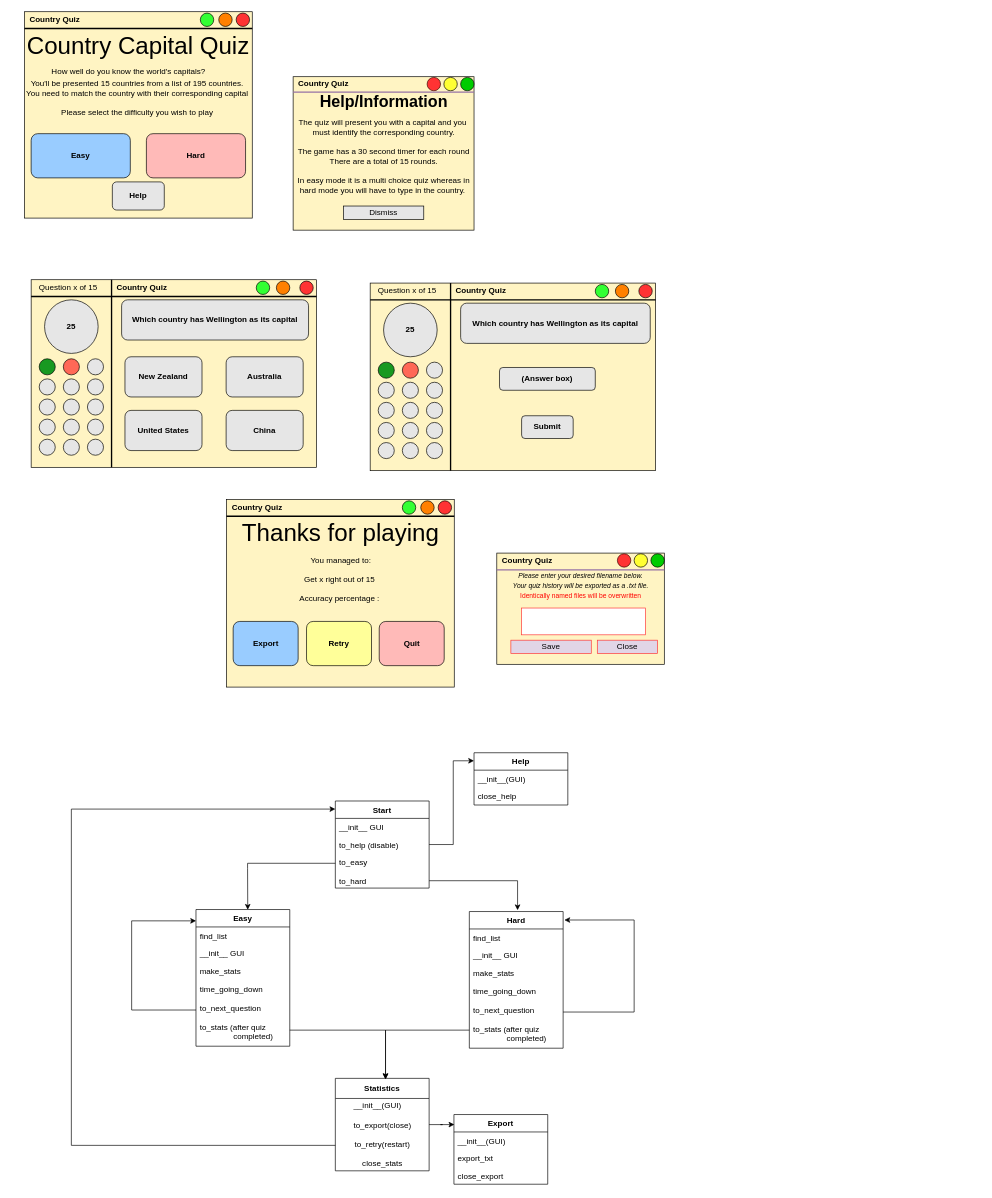
Before: Wireframe.drawio in Woojin-nz/91906_07_Assessment, a draw.io diagram. Source tidied: cells renumbered, new cells numbered last; positions are measured from the earlier drawing's top-left corner, leaving out a move shared by most shapes. Both pictures are drawn from the tidied source at 67%, with x=0, y=0 at pixel (11, 11).
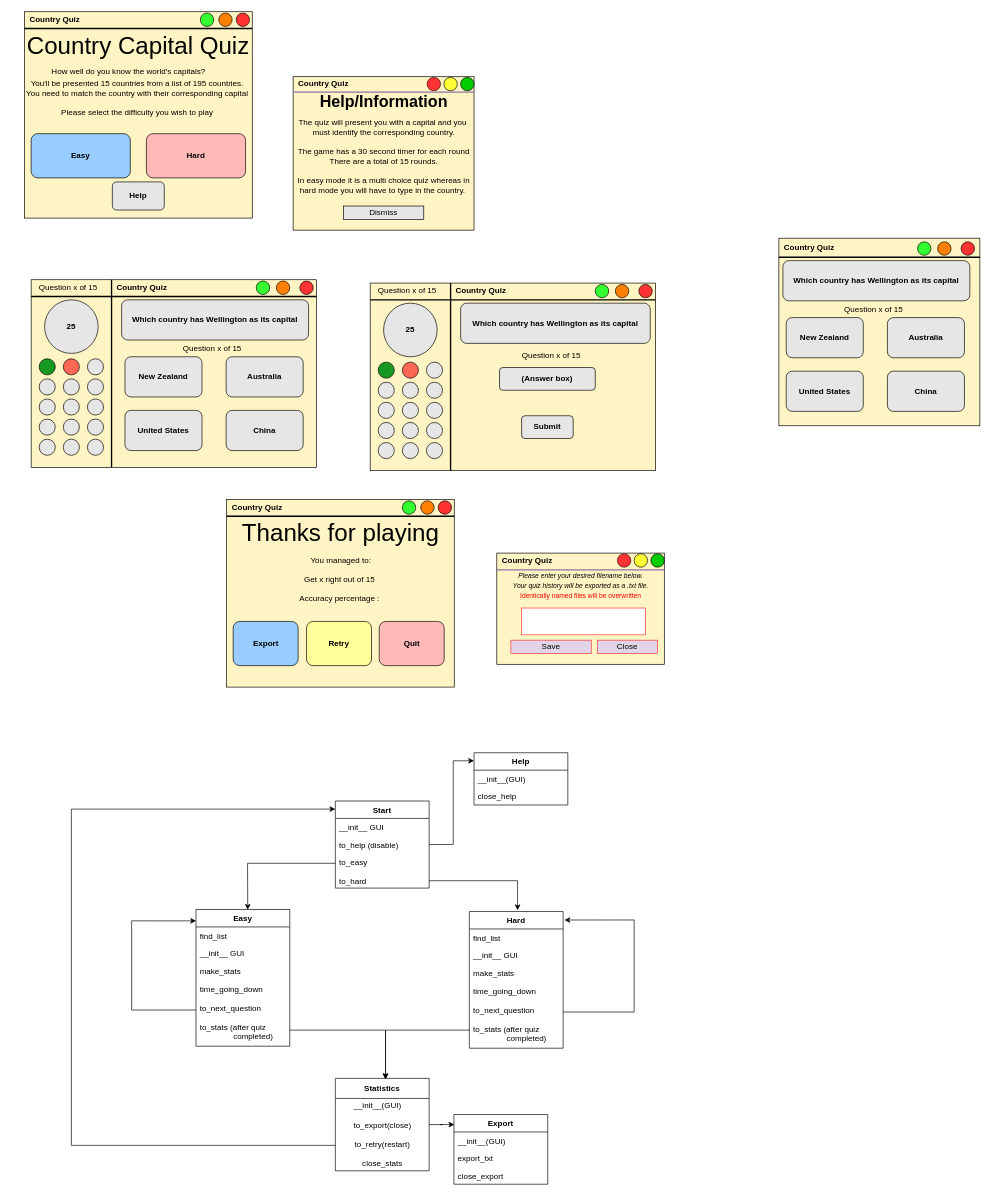
Above is the later version.

The edit, as a diff of the source:
```diff
@@
+    <mxCell id="137" style="rounded=0;whiteSpace=wrap;html=1;fillColor=#fff4c3;" parent="1" vertex="1">
+      <mxGeometry x="1145" y="338" width="300" height="280" as="geometry" />
+    </mxCell>
@@
+    <mxCell id="138" value="Question x of 15" style="text;html=1;align=center;verticalAlign=middle;fillColor=none;strokeColor=none;rounded=0;" parent="1" vertex="1">
+      <mxGeometry x="249" y="493" width="100" height="20" as="geometry" />
+    </mxCell>
+    <mxCell id="139" value="Question x of 15" style="text;html=1;align=center;verticalAlign=middle;fillColor=none;strokeColor=none;rounded=0;" parent="1" vertex="1">
+      <mxGeometry x="755" y="503" width="100" height="20" as="geometry" />
+    </mxCell>
+    <mxCell id="140" style="ellipse;whiteSpace=wrap;html=1;fillColor=#33FF33;" parent="1" vertex="1">
+      <mxGeometry x="1352" y="343.5" width="20" height="20" as="geometry" />
+    </mxCell>
+    <mxCell id="141" style="ellipse;whiteSpace=wrap;html=1;fillColor=#FF8000;" parent="1" vertex="1">
+      <mxGeometry x="1382" y="343.5" width="20" height="20" as="geometry" />
+    </mxCell>
+    <mxCell id="142" style="ellipse;whiteSpace=wrap;html=1;fillColor=#FF3333;" parent="1" vertex="1">
+      <mxGeometry x="1417" y="343.5" width="20" height="20" as="geometry" />
+    </mxCell>
+    <mxCell id="143" value="&lt;b&gt;&lt;br&gt;&lt;/b&gt;" style="text;html=1;align=center;verticalAlign=middle;" parent="1" vertex="1">
+      <mxGeometry x="1257" y="431.5" width="20" height="20" as="geometry" />
+    </mxCell>
+    <mxCell id="144" value="&lt;b&gt;New Zealand&lt;/b&gt;" style="rounded=1;whiteSpace=wrap;html=1;fillColor=#E6E6E6;" parent="1" vertex="1">
+      <mxGeometry x="1156" y="456.5" width="115" height="60" as="geometry" />
+    </mxCell>
+    <mxCell id="145" value="&lt;b&gt;Australia&lt;/b&gt;" style="rounded=1;whiteSpace=wrap;html=1;fillColor=#E6E6E6;" parent="1" vertex="1">
+      <mxGeometry x="1307" y="456.5" width="115" height="60" as="geometry" />
+    </mxCell>
+    <mxCell id="146" value="&lt;b&gt;United States&lt;/b&gt;" style="rounded=1;whiteSpace=wrap;html=1;fillColor=#E6E6E6;" parent="1" vertex="1">
+      <mxGeometry x="1156" y="536.5" width="115" height="60" as="geometry" />
+    </mxCell>
+    <mxCell id="147" value="&lt;b&gt;China&lt;/b&gt;" style="rounded=1;whiteSpace=wrap;html=1;fillColor=#E6E6E6;" parent="1" vertex="1">
+      <mxGeometry x="1307" y="536.5" width="115" height="60" as="geometry" />
+    </mxCell>
+    <mxCell id="148" value="&lt;b&gt;Which country has Wellington as its capital&lt;/b&gt;" style="rounded=1;whiteSpace=wrap;html=1;fillColor=#E6E6E6;" parent="1" vertex="1">
+      <mxGeometry x="1151" y="371.5" width="279" height="60" as="geometry" />
+    </mxCell>
+    <mxCell id="149" value="Question x of 15" style="text;html=1;align=center;verticalAlign=middle;fillColor=none;strokeColor=none;rounded=0;" parent="1" vertex="1">
+      <mxGeometry x="1236" y="434.5" width="100" height="20" as="geometry" />
+    </mxCell>
+    <mxCell id="150" value="&lt;b&gt;Country Quiz&lt;/b&gt;" style="text;html=1;align=center;verticalAlign=middle;fillColor=none;strokeColor=none;rounded=0;" parent="1" vertex="1">
+      <mxGeometry x="1145" y="339.5" width="90" height="24" as="geometry" />
+    </mxCell>
+    <mxCell id="151" style="line;strokeWidth=2;html=1;" parent="1" vertex="1">
+      <mxGeometry x="1145" y="361.5" width="300" height="10" as="geometry" />
+    </mxCell>
```
